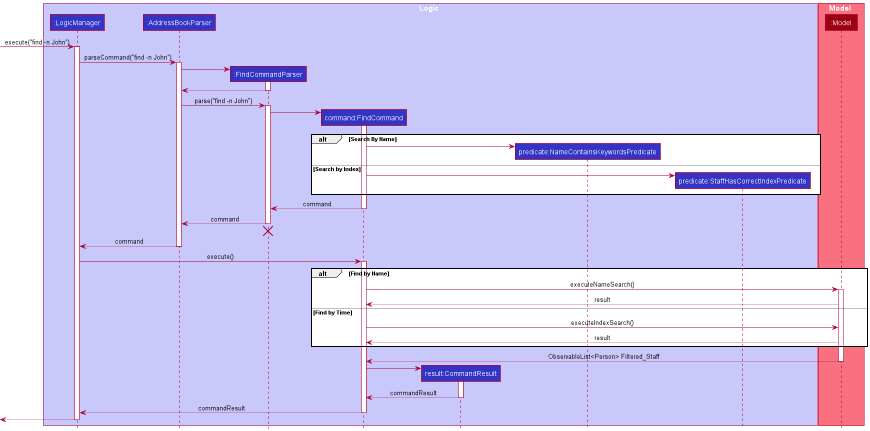
This is docs/images/findCommand/FindSequenceDiagram.png from nus-cs2103-AY2122S1/tp, a PlantUML export, as it was before one commit.
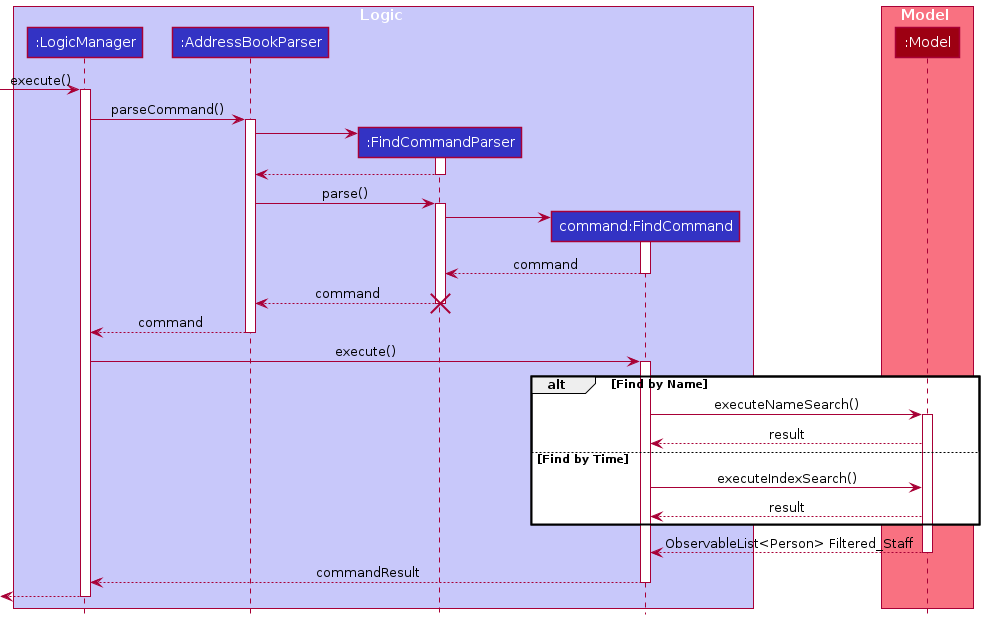
After the change.

Commit message:
Simplify find sequence diagram

What changed in the source:
```diff
@@ -6,19 +6,17 @@
 participant ":AddressBookParser" as AddressBookParser LOGIC_COLOR
 participant ":FindCommandParser" as FindCommandParser LOGIC_COLOR
 participant "command:FindCommand" as FindCommand LOGIC_COLOR
-participant "result:CommandResult" as CommandResult LOGIC_COLOR
-participant "predicate:NameContainsKeywordsPredicate" as NameContainsKeywordsPredicate LOGIC_COLOR
-participant "predicate:StaffHasCorrectIndexPredicate" as StaffHasCorrectIndexPredicate LOGIC_COLOR
+
 end box
 
 box Model MODEL_COLOR_T1
 participant ":Model" as Model MODEL_COLOR
 end box
 
-[-> LogicManager : execute("find -n John")
+[-> LogicManager : execute()
 activate LogicManager
 
-LogicManager -> AddressBookParser : parseCommand("find -n John")
+LogicManager -> AddressBookParser : parseCommand()
 activate AddressBookParser
 
 create FindCommandParser
@@ -28,27 +26,22 @@
 FindCommandParser --> AddressBookParser
 deactivate FindCommandParser
 
-AddressBookParser -> FindCommandParser : parse("find -n John")
+AddressBookParser -> FindCommandParser : parse()
 activate FindCommandParser
 
 create FindCommand
 FindCommandParser -> FindCommand
 activate FindCommand
 
-alt Search By Name
-    create NameContainsKeywordsPredicate
-    FindCommand -> NameContainsKeywordsPredicate
-else Search by Index
-    create StaffHasCorrectIndexPredicate
-    FindCommand -> StaffHasCorrectIndexPredicate
-end
+
 
 FindCommand --> FindCommandParser : command
 deactivate FindCommand
 
 FindCommandParser --> AddressBookParser : command
 deactivate FindCommandParser
-FindCommandParser -[hidden]-> AddressBookParser
+
+
 destroy FindCommandParser
 
 AddressBookParser --> LogicManager : command
@@ -70,13 +63,6 @@
 Model --> FindCommand : ObservableList<Person> Filtered_Staff
 deactivate Model
 
-create CommandResult
-FindCommand -> CommandResult
-activate CommandResult
-
-CommandResult --> FindCommand : commandResult
-deactivate CommandResult
-
 FindCommand --> LogicManager : commandResult
 deactivate FindCommand
 
```
